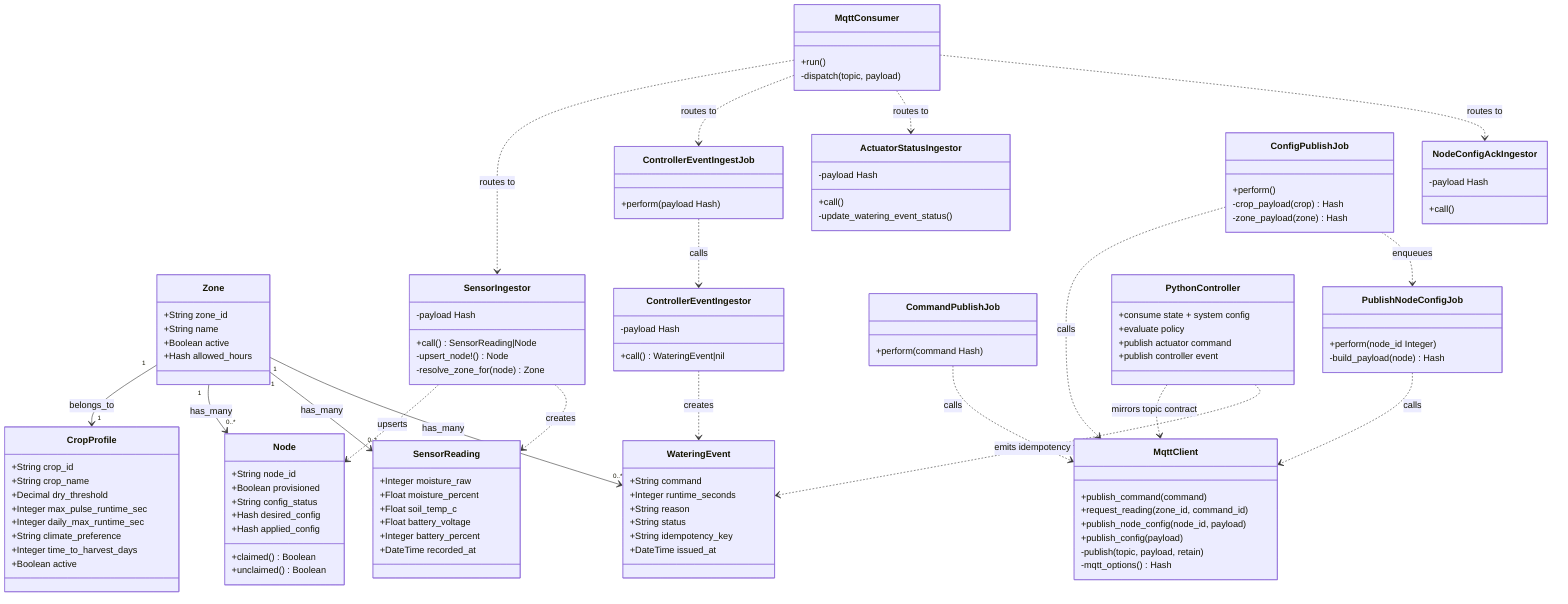
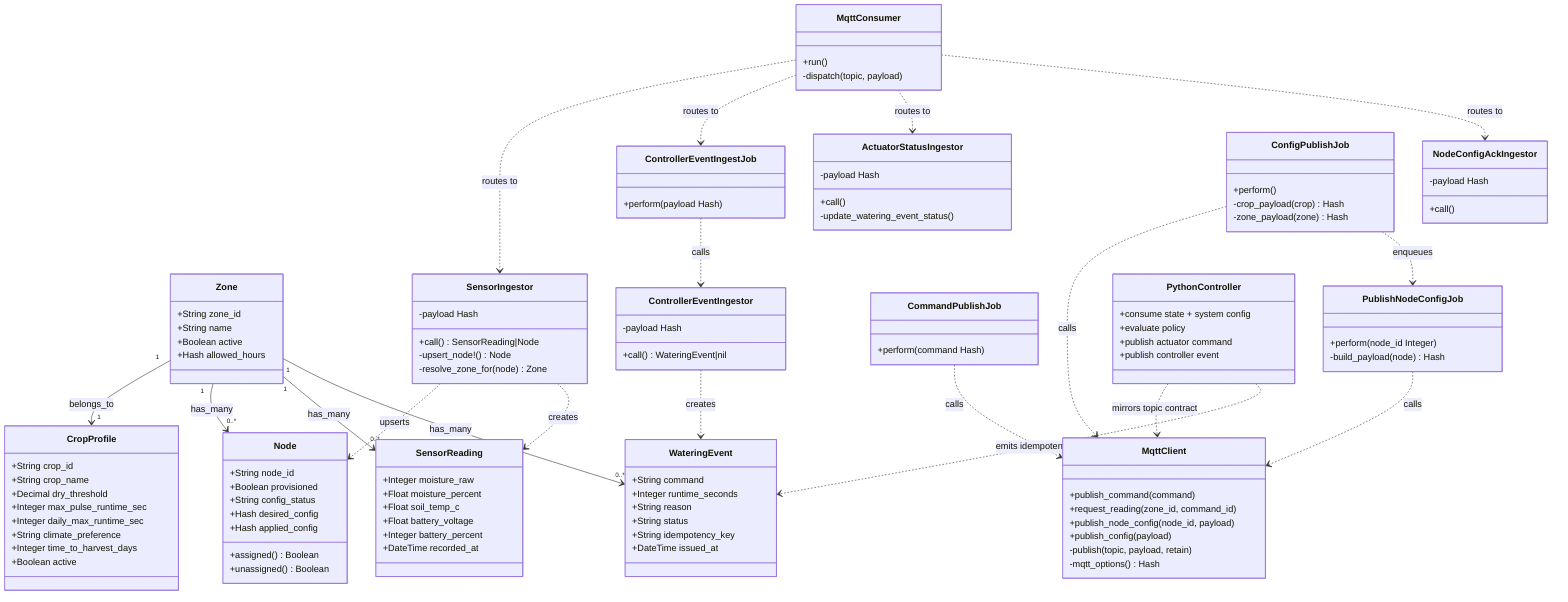
classDiagram
    direction TB

    %% ── Models ──────────────────────────────────────────────
    class CropProfile {
        +String crop_id
        +String crop_name
        +Decimal dry_threshold
        +Integer max_pulse_runtime_sec
        +Integer daily_max_runtime_sec
        +String climate_preference
        +Integer time_to_harvest_days
        +Boolean active
    }

    class Zone {
        +String zone_id
        +String name
        +Boolean active
        +Hash allowed_hours
    }

    class Node {
        +String node_id
        +Boolean provisioned
        +String config_status
        +Hash desired_config
        +Hash applied_config
-         +claimed() Boolean
-         +unclaimed() Boolean
+         +assigned() Boolean
+         +unassigned() Boolean
    }

    class SensorReading {
        +Integer moisture_raw
        +Float moisture_percent
        +Float soil_temp_c
        +Float battery_voltage
        +Integer battery_percent
        +DateTime recorded_at
    }

    class WateringEvent {
        +String command
        +Integer runtime_seconds
        +String reason
        +String status
        +String idempotency_key
        +DateTime issued_at
    }

    %% ── Services ────────────────────────────────────────────
    class SensorIngestor {
        -payload Hash
        +call() SensorReading|Node
        -upsert_node!() Node
        -resolve_zone_for(node) Zone
    }

    class ControllerEventIngestor {
        -payload Hash
        +call() WateringEvent|nil
    }

    class ActuatorStatusIngestor {
        -payload Hash
        +call()
        -update_watering_event_status()
    }

    class NodeConfigAckIngestor {
        -payload Hash
        +call()
    }

    %% ── Jobs ────────────────────────────────────────────────
    class CommandPublishJob {
        +perform(command Hash)
    }

    class ControllerEventIngestJob {
        +perform(payload Hash)
    }

    class PublishNodeConfigJob {
        +perform(node_id Integer)
        -build_payload(node) Hash
    }

    class ConfigPublishJob {
        +perform()
        -crop_payload(crop) Hash
        -zone_payload(zone) Hash
    }

    %% ── Infrastructure ──────────────────────────────────────
    class MqttClient {
        +publish_command(command)
        +request_reading(zone_id, command_id)
        +publish_node_config(node_id, payload)
        +publish_config(payload)
        -publish(topic, payload, retain)
        -mqtt_options() Hash
    }

    class MqttConsumer {
        +run()
        -dispatch(topic, payload)
    }

    class PythonController {
        +consume state + system config
        +evaluate policy
        +publish actuator command
        +publish controller event
    }

    %% ── Relationships ───────────────────────────────────────
    Zone           "1" --> "1"   CropProfile         : belongs_to
    Zone           "1" --> "0..*" Node               : has_many
    Zone           "1" --> "0..*" SensorReading       : has_many
    Zone           "1" --> "0..*" WateringEvent       : has_many

    SensorIngestor     ..>  Node                     : upserts
    SensorIngestor     ..>  SensorReading            : creates

    ControllerEventIngestor ..> WateringEvent        : creates
    ControllerEventIngestJob ..> ControllerEventIngestor : calls
    PythonController  ..>  MqttClient               : mirrors topic contract
    PythonController  ..>  WateringEvent            : emits idempotency for

    PublishNodeConfigJob ..> MqttClient              : calls
    CommandPublishJob    ..> MqttClient              : calls
    ConfigPublishJob     ..> MqttClient              : calls
    ConfigPublishJob     ..> PublishNodeConfigJob    : enqueues

    MqttConsumer ..> SensorIngestor          : routes to
    MqttConsumer ..> ControllerEventIngestJob : routes to
    MqttConsumer ..> ActuatorStatusIngestor  : routes to
    MqttConsumer ..> NodeConfigAckIngestor   : routes to
